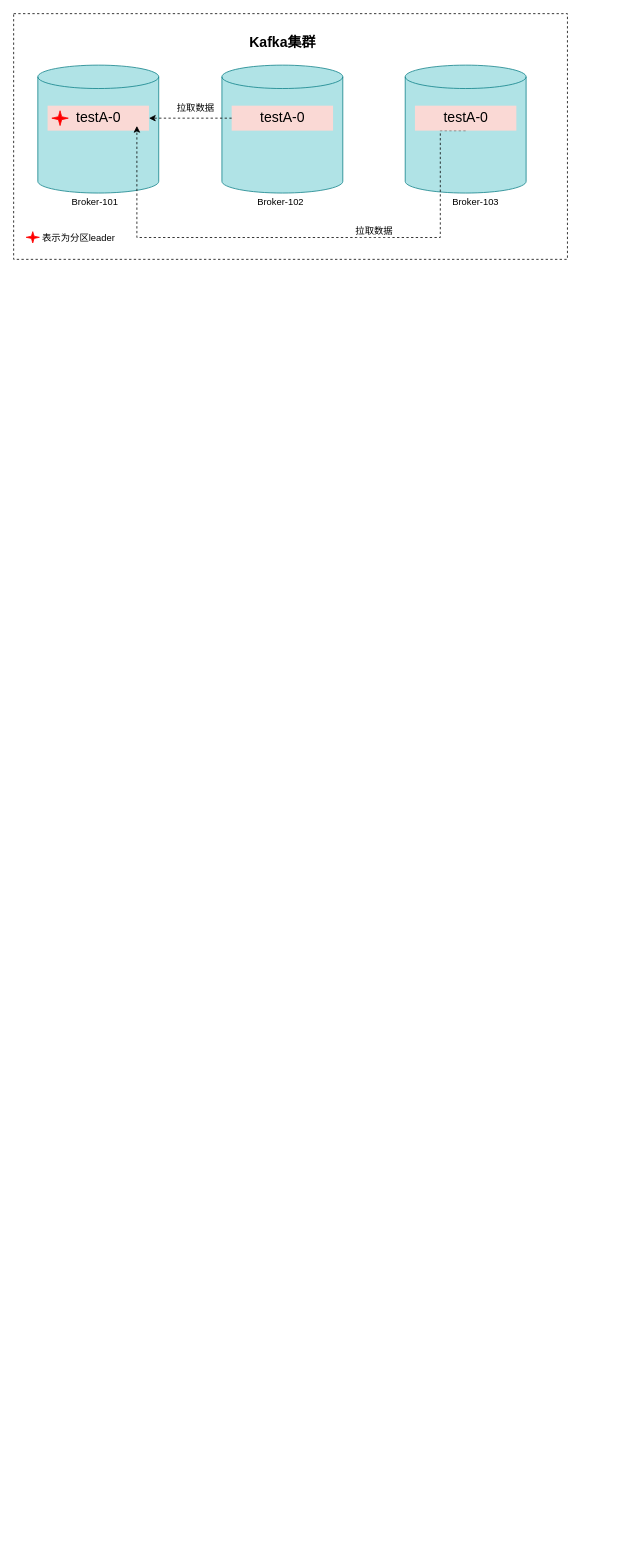
Before: page "Kafka集群" (2 of 8) of controller.drawio in jameslcj/myBlog, a draw.io diagram. Source tidied: cells renumbered, new cells numbered last; positions are measured from the earlier drawing's top-left corner, leaving out a move shared by most shapes. Both pictures are drawn from the tidied source at 78%, with x=0, y=0 at pixel (13, 13).
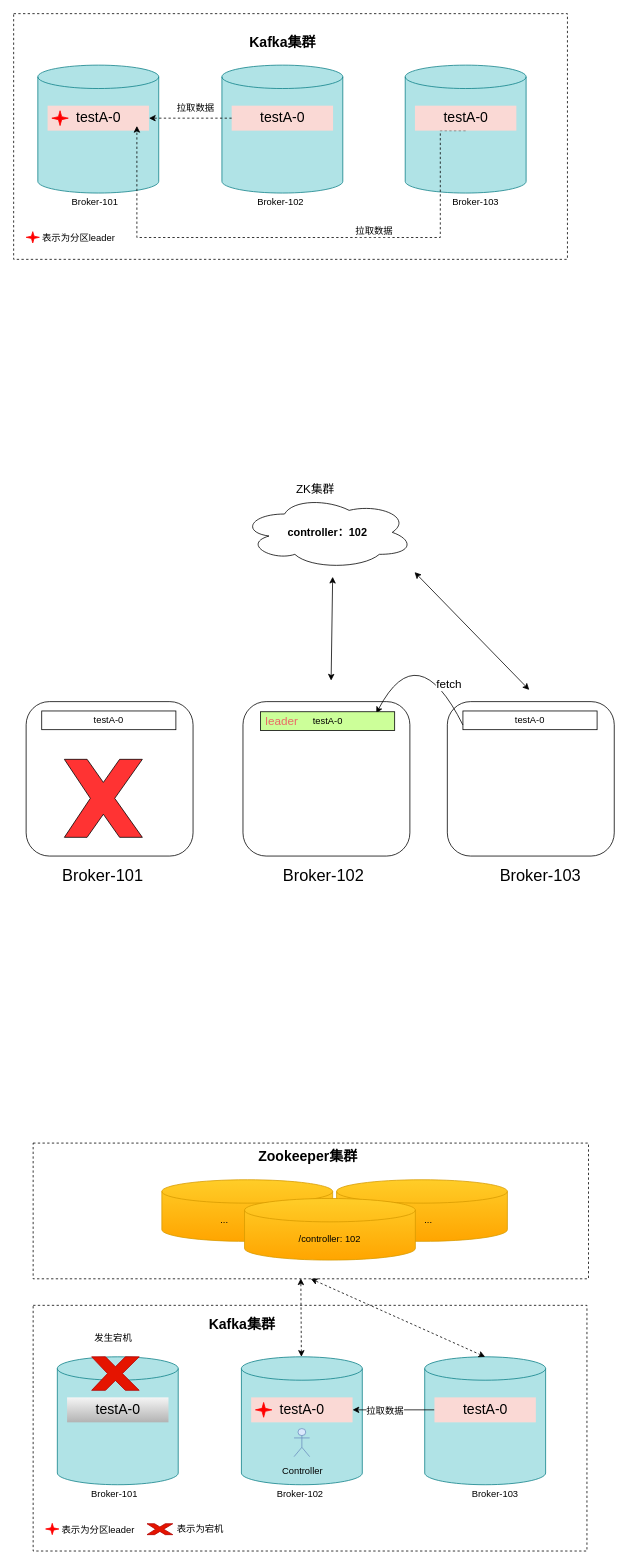
Above is the later version.

Diff of the diagram source:
```diff
@@
+    <mxCell id="20" style="rounded=1;whiteSpace=wrap;html=1;fontSize=16;fontColor=#FF3333;" parent="1" vertex="1">
+      <mxGeometry x="16" y="882" width="214" height="198" as="geometry" />
+    </mxCell>
+    <mxCell id="21" value="&lt;font color=&quot;#000000&quot; style=&quot;font-size: 12px;&quot;&gt;testA-0&lt;/font&gt;" style="rounded=0;whiteSpace=wrap;html=1;fontSize=12;fontColor=#FF3333;fillColor=#FFFFFF;" parent="1" vertex="1">
+      <mxGeometry x="36" y="894" width="172" height="24" as="geometry" />
+    </mxCell>
+    <mxCell id="22" value="Broker-101" style="text;html=1;strokeColor=none;fillColor=none;align=center;verticalAlign=middle;whiteSpace=wrap;rounded=0;fontSize=21;fontColor=#000000;" parent="1" vertex="1">
+      <mxGeometry x="60" y="1094" width="109" height="22" as="geometry" />
+    </mxCell>
+    <mxCell id="23" style="rounded=1;whiteSpace=wrap;html=1;fontSize=16;fontColor=#FF3333;" parent="1" vertex="1">
+      <mxGeometry x="294" y="882" width="214" height="198" as="geometry" />
+    </mxCell>
+    <mxCell id="24" style="rounded=1;whiteSpace=wrap;html=1;fontSize=16;fontColor=#FF3333;" parent="1" vertex="1">
+      <mxGeometry x="556" y="882" width="214" height="198" as="geometry" />
+    </mxCell>
+    <mxCell id="25" value="&lt;font color=&quot;#000000&quot; style=&quot;font-size: 12px;&quot;&gt;testA-0&lt;/font&gt;" style="rounded=0;whiteSpace=wrap;html=1;fontSize=12;fontColor=#FF3333;" parent="1" vertex="1">
+      <mxGeometry x="576" y="894" width="172" height="24" as="geometry" />
+    </mxCell>
+    <mxCell id="26" value="controller：102" style="ellipse;shape=cloud;whiteSpace=wrap;html=1;fontSize=14;fontColor=#000000;fontStyle=1;" parent="1" vertex="1">
+      <mxGeometry x="292" y="618" width="221" height="94" as="geometry" />
+    </mxCell>
+    <mxCell id="27" style="endArrow=classic;startArrow=classic;html=1;rounded=0;fontSize=12;fontColor=#000000;fillColor=#FFF2CC;" parent="1" edge="1">
+      <mxGeometry relative="1" as="geometry">
+        <mxPoint x="407" y="855" as="sourcePoint" />
+        <mxPoint x="409" y="722" as="targetPoint" />
+      </mxGeometry>
+    </mxCell>
+    <mxCell id="28" style="endArrow=classic;startArrow=classic;html=1;rounded=0;fontSize=12;fontColor=#000000;fillColor=#FFF2CC;" parent="1" edge="1">
+      <mxGeometry relative="1" as="geometry">
+        <mxPoint x="661" y="867" as="sourcePoint" />
+        <mxPoint x="514" y="716" as="targetPoint" />
+      </mxGeometry>
+    </mxCell>
+    <mxCell id="29" style="curved=1;endArrow=classic;html=1;rounded=0;fontSize=15;fontColor=#EA6B66;fillColor=#FFF2CC;exitX=0;exitY=0.75;exitDx=0;exitDy=0;entryX=0.863;entryY=0.083;entryDx=0;entryDy=0;entryPerimeter=0;" parent="1" edge="1" source="25" target="34">
+      <mxGeometry relative="1" as="geometry">
+        <Array as="points">
+          <mxPoint x="518" y="796" />
+        </Array>
+      </mxGeometry>
+    </mxCell>
+    <mxCell id="30" value="&lt;font color=&quot;#000000&quot;&gt;fetch&lt;/font&gt;" style="edgeLabel;html=1;align=center;verticalAlign=middle;fontSize=15;fontColor=#EA6B66;" parent="29" vertex="1">
+      <mxGeometry x="0.29" y="1" relative="1" as="geometry">
+        <mxPoint x="51" y="38" as="offset" />
+      </mxGeometry>
+    </mxCell>
+    <mxCell id="31" value="ZK集群" style="text;html=1;strokeColor=none;fillColor=none;align=center;verticalAlign=middle;whiteSpace=wrap;rounded=0;fontSize=15;fontColor=#000000;" parent="1" vertex="1">
+      <mxGeometry x="357" y="594" width="60" height="30" as="geometry" />
+    </mxCell>
+    <mxCell id="32" value="Broker-102" style="text;html=1;strokeColor=none;fillColor=none;align=center;verticalAlign=middle;whiteSpace=wrap;rounded=0;fontSize=21;fontColor=#000000;" parent="1" vertex="1">
+      <mxGeometry x="343" y="1094" width="109" height="22" as="geometry" />
+    </mxCell>
+    <mxCell id="33" value="Broker-103" style="text;html=1;strokeColor=none;fillColor=none;align=center;verticalAlign=middle;whiteSpace=wrap;rounded=0;fontSize=21;fontColor=#000000;" parent="1" vertex="1">
+      <mxGeometry x="621" y="1094" width="109" height="22" as="geometry" />
+    </mxCell>
+    <mxCell id="34" value="&lt;font color=&quot;#000000&quot; style=&quot;font-size: 12px;&quot;&gt;testA-0&lt;/font&gt;" style="rounded=0;whiteSpace=wrap;html=1;fontSize=12;fontColor=#FF3333;fillColor=#CCFF99;" parent="1" vertex="1">
+      <mxGeometry x="316.5" y="895" width="172" height="24" as="geometry" />
+    </mxCell>
+    <mxCell id="35" value="&lt;font color=&quot;#ea6b66&quot; style=&quot;font-size: 15px&quot;&gt;leader&lt;/font&gt;" style="text;html=1;strokeColor=none;fillColor=none;align=center;verticalAlign=middle;whiteSpace=wrap;rounded=0;fontSize=18;fontColor=#000000;" parent="1" vertex="1">
+      <mxGeometry x="313.5" y="891" width="60" height="30" as="geometry" />
+    </mxCell>
+    <mxCell id="36" style="verticalLabelPosition=bottom;verticalAlign=top;html=1;shape=mxgraph.basic.x;fillColor=#FF3333;" parent="1" vertex="1">
+      <mxGeometry x="65" y="956" width="100" height="100" as="geometry" />
+    </mxCell>
+    <mxCell id="37" style="rounded=0;whiteSpace=wrap;html=1;fontFamily=Helvetica;fontSize=12;strokeColor=default;fillColor=default;dashed=1;" parent="1" vertex="1">
+      <mxGeometry x="25" y="1448" width="712" height="174" as="geometry" />
+    </mxCell>
+    <mxCell id="38" value="&amp;nbsp; &amp;nbsp; &amp;nbsp;..." style="shape=cylinder3;whiteSpace=wrap;html=1;boundedLbl=1;backgroundOutline=1;size=15;fontFamily=Helvetica;fontSize=12;strokeColor=#d79b00;fillColor=#ffcd28;gradientColor=#ffa500;" parent="1" vertex="1">
+      <mxGeometry x="414" y="1495" width="219" height="79" as="geometry" />
+    </mxCell>
+    <mxCell id="39" value="&amp;nbsp; &amp;nbsp; &amp;nbsp; &amp;nbsp; &amp;nbsp; &amp;nbsp; &amp;nbsp; &amp;nbsp; &amp;nbsp; &amp;nbsp; &amp;nbsp; ..." style="shape=cylinder3;whiteSpace=wrap;html=1;boundedLbl=1;backgroundOutline=1;size=15;fontFamily=Helvetica;fontSize=12;strokeColor=#d79b00;fillColor=#ffcd28;gradientColor=#ffa500;align=left;" parent="1" vertex="1">
+      <mxGeometry x="190" y="1495" width="219" height="79" as="geometry" />
+    </mxCell>
+    <mxCell id="40" style="rounded=0;whiteSpace=wrap;html=1;fontFamily=Helvetica;fontSize=18;strokeColor=default;fillColor=none;dashed=1;" parent="1" vertex="1">
+      <mxGeometry x="25" y="1656" width="710" height="315" as="geometry" />
+    </mxCell>
+    <mxCell id="41" style="shape=cylinder3;whiteSpace=wrap;html=1;boundedLbl=1;backgroundOutline=1;size=15;fontFamily=Helvetica;fontSize=18;strokeColor=#0e8088;fillColor=#b0e3e6;" parent="1" vertex="1">
+      <mxGeometry x="56" y="1722" width="155" height="164" as="geometry" />
+    </mxCell>
+    <mxCell id="42" value="testA-0" style="rounded=0;whiteSpace=wrap;html=1;fontFamily=Helvetica;fontSize=18;strokeColor=none;fillColor=#f5f5f5;gradientColor=#b3b3b3;" parent="1" vertex="1">
+      <mxGeometry x="68.5" y="1774" width="130" height="32" as="geometry" />
+    </mxCell>
+    <mxCell id="43" style="shape=cylinder3;whiteSpace=wrap;html=1;boundedLbl=1;backgroundOutline=1;size=15;fontFamily=Helvetica;fontSize=18;strokeColor=#0e8088;fillColor=#b0e3e6;" parent="1" vertex="1">
+      <mxGeometry x="292" y="1722" width="155" height="164" as="geometry" />
+    </mxCell>
+    <mxCell id="44" value="testA-0" style="rounded=0;whiteSpace=wrap;html=1;fontFamily=Helvetica;fontSize=18;strokeColor=none;fillColor=#fad9d5;" parent="1" vertex="1">
+      <mxGeometry x="304.5" y="1774" width="130" height="32" as="geometry" />
+    </mxCell>
+    <mxCell id="45" style="shape=cylinder3;whiteSpace=wrap;html=1;boundedLbl=1;backgroundOutline=1;size=15;fontFamily=Helvetica;fontSize=18;strokeColor=#0e8088;fillColor=#b0e3e6;" parent="1" vertex="1">
+      <mxGeometry x="527" y="1722" width="155" height="164" as="geometry" />
+    </mxCell>
+    <mxCell id="46" style="edgeStyle=orthogonalEdgeStyle;rounded=0;jettySize=auto;html=1;exitX=0;exitY=0.5;exitDx=0;exitDy=0;fontFamily=Helvetica;fontSize=12;" parent="1" edge="1" source="48" target="44">
+      <mxGeometry relative="1" as="geometry" />
+    </mxCell>
+    <mxCell id="47" value="拉取数据" style="edgeLabel;html=1;align=center;verticalAlign=middle;fontSize=12;fontFamily=Helvetica;" parent="46" vertex="1">
+      <mxGeometry x="0.23" y="1" relative="1" as="geometry">
+        <mxPoint x="1" as="offset" />
+      </mxGeometry>
+    </mxCell>
+    <mxCell id="48" value="testA-0" style="rounded=0;whiteSpace=wrap;html=1;fontFamily=Helvetica;fontSize=18;strokeColor=none;fillColor=#fad9d5;" parent="1" vertex="1">
+      <mxGeometry x="539.5" y="1774" width="130" height="32" as="geometry" />
+    </mxCell>
+    <mxCell id="49" value="&lt;b&gt;Kafka集群&lt;/b&gt;" style="text;html=1;strokeColor=none;fillColor=none;align=center;verticalAlign=middle;whiteSpace=wrap;rounded=0;dashed=1;fontFamily=Helvetica;fontSize=18;" parent="1" vertex="1">
+      <mxGeometry x="211" y="1666" width="164" height="30" as="geometry" />
+    </mxCell>
+    <mxCell id="50" value="Broker-101" style="text;html=1;strokeColor=none;fillColor=none;align=center;verticalAlign=middle;whiteSpace=wrap;rounded=0;dashed=1;fontFamily=Helvetica;fontSize=12;" parent="1" vertex="1">
+      <mxGeometry x="95" y="1883" width="69" height="30" as="geometry" />
+    </mxCell>
+    <mxCell id="51" value="Broker-102" style="text;html=1;strokeColor=none;fillColor=none;align=center;verticalAlign=middle;whiteSpace=wrap;rounded=0;dashed=1;fontFamily=Helvetica;fontSize=12;" parent="1" vertex="1">
+      <mxGeometry x="333" y="1883" width="69" height="30" as="geometry" />
+    </mxCell>
+    <mxCell id="52" value="Broker-103" style="text;html=1;strokeColor=none;fillColor=none;align=center;verticalAlign=middle;whiteSpace=wrap;rounded=0;dashed=1;fontFamily=Helvetica;fontSize=12;" parent="1" vertex="1">
+      <mxGeometry x="583" y="1883" width="69" height="30" as="geometry" />
+    </mxCell>
+    <mxCell id="53" style="verticalLabelPosition=bottom;verticalAlign=top;html=1;shape=mxgraph.basic.4_point_star_2;dx=0.8;fontFamily=Helvetica;fontSize=18;strokeColor=#FF0000;fillColor=#FF0000;" parent="1" vertex="1">
+      <mxGeometry x="41" y="1935.5" width="17" height="14.5" as="geometry" />
+    </mxCell>
+    <mxCell id="54" value="表示为分区leader" style="text;html=1;strokeColor=none;fillColor=none;align=center;verticalAlign=middle;whiteSpace=wrap;rounded=0;dashed=1;fontFamily=Helvetica;fontSize=12;" parent="1" vertex="1">
+      <mxGeometry x="56" y="1929" width="105" height="30" as="geometry" />
+    </mxCell>
+    <mxCell id="55" style="verticalLabelPosition=bottom;verticalAlign=top;html=1;shape=mxgraph.basic.4_point_star_2;dx=0.8;fontFamily=Helvetica;fontSize=18;strokeColor=#FF0000;fillColor=#FF0000;" parent="1" vertex="1">
+      <mxGeometry x="310" y="1780.5" width="21" height="19" as="geometry" />
+    </mxCell>
+    <mxCell id="56" style="verticalLabelPosition=bottom;verticalAlign=top;html=1;shape=mxgraph.basic.x;fontFamily=Helvetica;fontSize=12;strokeColor=#B20000;fillColor=#e51400;fontColor=#ffffff;" parent="1" vertex="1">
+      <mxGeometry x="100" y="1722" width="61" height="43" as="geometry" />
+    </mxCell>
+    <mxCell id="57" value="发生宕机" style="text;html=1;strokeColor=none;fillColor=none;align=center;verticalAlign=middle;whiteSpace=wrap;rounded=0;fontFamily=Helvetica;fontSize=12;" parent="1" vertex="1">
+      <mxGeometry x="98" y="1683" width="60" height="30" as="geometry" />
+    </mxCell>
+    <mxCell id="58" style="verticalLabelPosition=bottom;verticalAlign=top;html=1;shape=mxgraph.basic.x;fontFamily=Helvetica;fontSize=12;strokeColor=#B20000;fillColor=#e51400;fontColor=#ffffff;" parent="1" vertex="1">
+      <mxGeometry x="171" y="1936" width="33" height="14" as="geometry" />
+    </mxCell>
+    <mxCell id="59" value="表示为宕机" style="text;html=1;strokeColor=none;fillColor=none;align=center;verticalAlign=middle;whiteSpace=wrap;rounded=0;dashed=1;fontFamily=Helvetica;fontSize=12;" parent="1" vertex="1">
+      <mxGeometry x="187" y="1928" width="105" height="30" as="geometry" />
+    </mxCell>
+    <mxCell id="60" value="/controller: 102" style="shape=cylinder3;whiteSpace=wrap;html=1;boundedLbl=1;backgroundOutline=1;size=15;fontFamily=Helvetica;fontSize=12;strokeColor=#d79b00;fillColor=#ffcd28;gradientColor=#ffa500;" parent="1" vertex="1">
+      <mxGeometry x="296" y="1519" width="219" height="79" as="geometry" />
+    </mxCell>
+    <mxCell id="61" value="&lt;b&gt;&lt;font style=&quot;font-size: 18px;&quot;&gt;Zookeeper集群&lt;/font&gt;&lt;/b&gt;" style="text;html=1;strokeColor=none;fillColor=none;align=center;verticalAlign=middle;whiteSpace=wrap;rounded=0;dashed=1;fontFamily=Helvetica;fontSize=12;" parent="1" vertex="1">
+      <mxGeometry x="292" y="1451" width="171" height="30" as="geometry" />
+    </mxCell>
+    <mxCell id="62" style="endArrow=classic;startArrow=classic;html=1;rounded=0;fontFamily=Helvetica;fontSize=18;entryX=0.482;entryY=0.997;entryDx=0;entryDy=0;entryPerimeter=0;dashed=1;" parent="1" edge="1" source="43" target="37">
+      <mxGeometry relative="1" as="geometry" />
+    </mxCell>
+    <mxCell id="63" style="endArrow=classic;startArrow=classic;html=1;rounded=0;fontFamily=Helvetica;fontSize=18;entryX=0.5;entryY=1;entryDx=0;entryDy=0;exitX=0.5;exitY=0;exitDx=0;exitDy=0;exitPerimeter=0;dashed=1;" parent="1" edge="1" source="45" target="37">
+      <mxGeometry relative="1" as="geometry" />
+    </mxCell>
+    <mxCell id="64" value="&lt;font style=&quot;font-size: 12px;&quot;&gt;Controller&lt;/font&gt;" style="shape=umlActor;verticalLabelPosition=bottom;verticalAlign=top;html=1;fontFamily=Helvetica;fontSize=18;strokeColor=#6c8ebf;fillColor=#dae8fc;" parent="1" vertex="1">
+      <mxGeometry x="359.5" y="1814" width="20" height="36" as="geometry" />
+    </mxCell>
```
